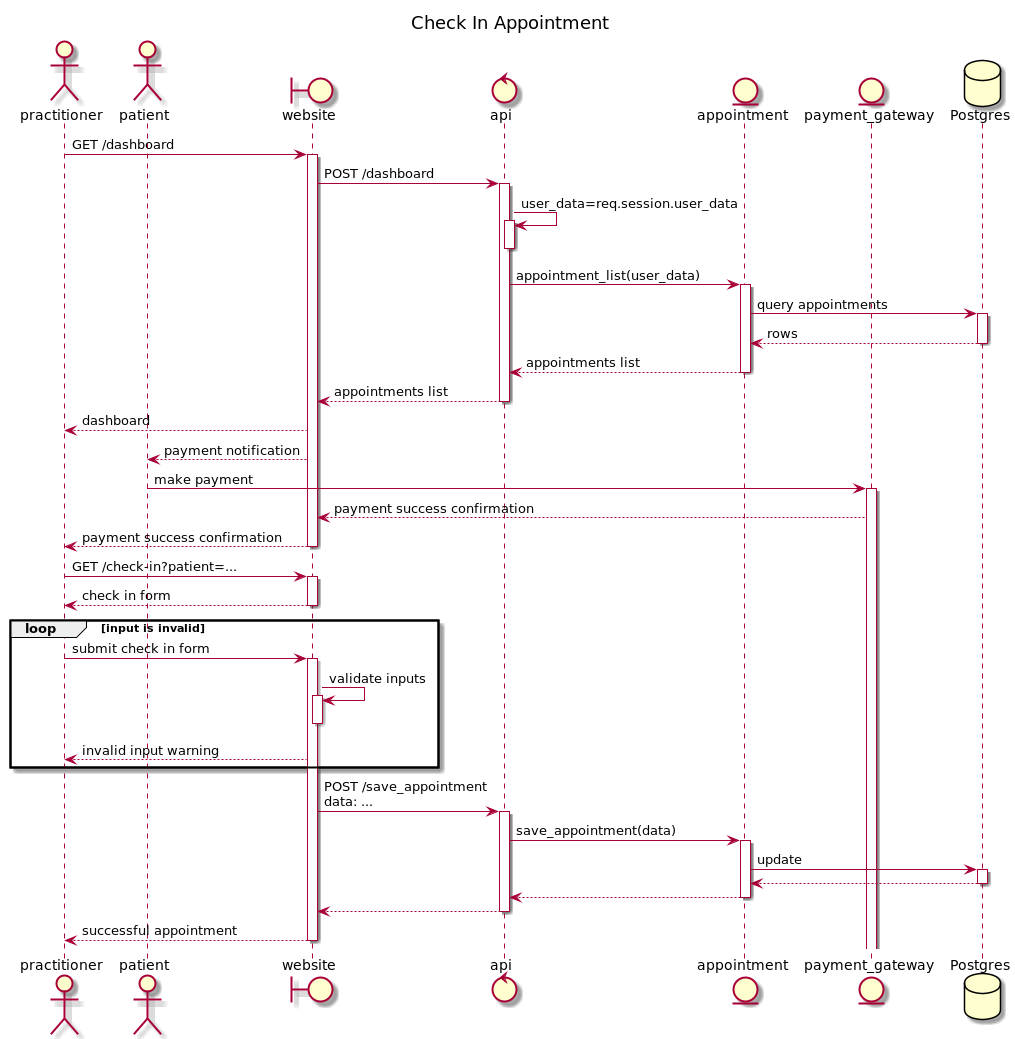
Above: src/client/public/docs/diagrams/out/sequence_checkin_appointment.png in tdnguyen6/hms-PERN (PlantUML), before the change.
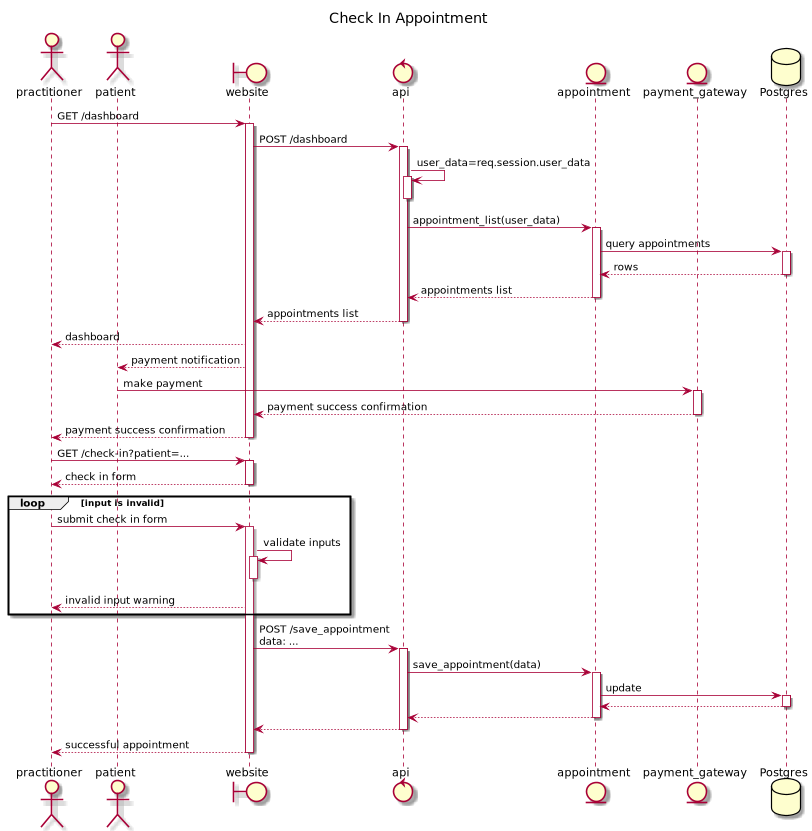
Above is the later version.

What changed in the source:
```diff
@@ -25,7 +25,7 @@
 Pt <-- W: payment notification
 
 Pt -> G++: make payment
-W <-- G: payment success confirmation
+W <-- G--: payment success confirmation
 U <-- W--: payment success confirmation
 
 U -> W+: GET /check-in?patient=...
```
